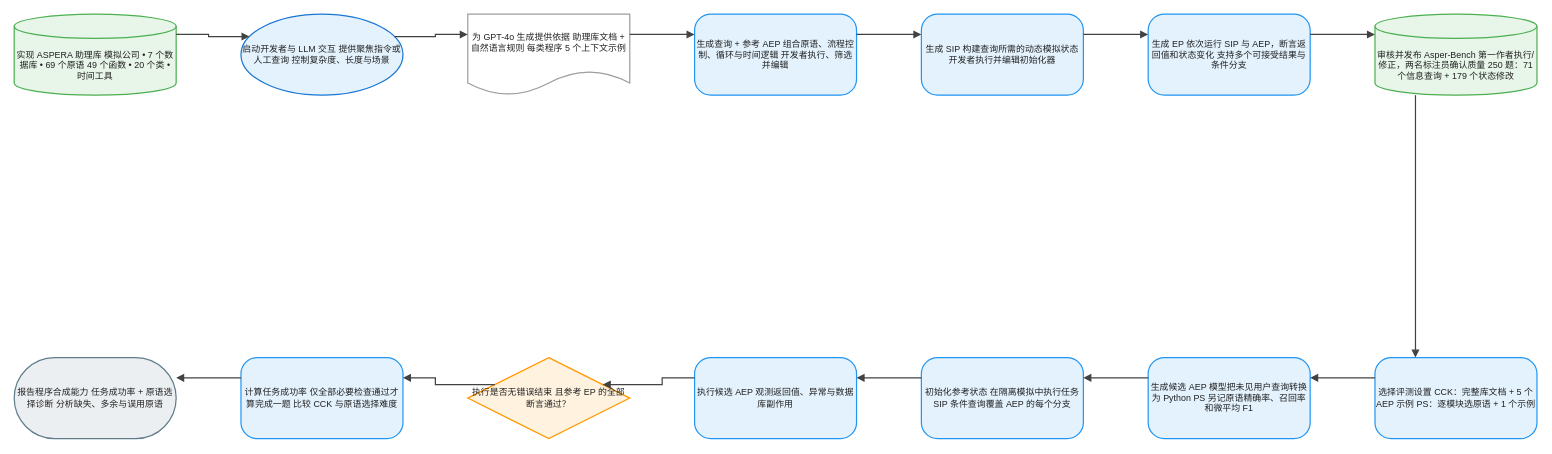
The draw.io diagram client/public/drawio/ASPERA/ASPERA.zh.drawio in joe1chief/benchmark-hub, before the edit. Source tidied: cells renumbered, new cells numbered last; positions are measured from the earlier drawing's top-left corner, leaving out a move shared by most shapes. Both pictures are drawn from the tidied source at 81%, with x=0, y=0 at pixel (14, 14).
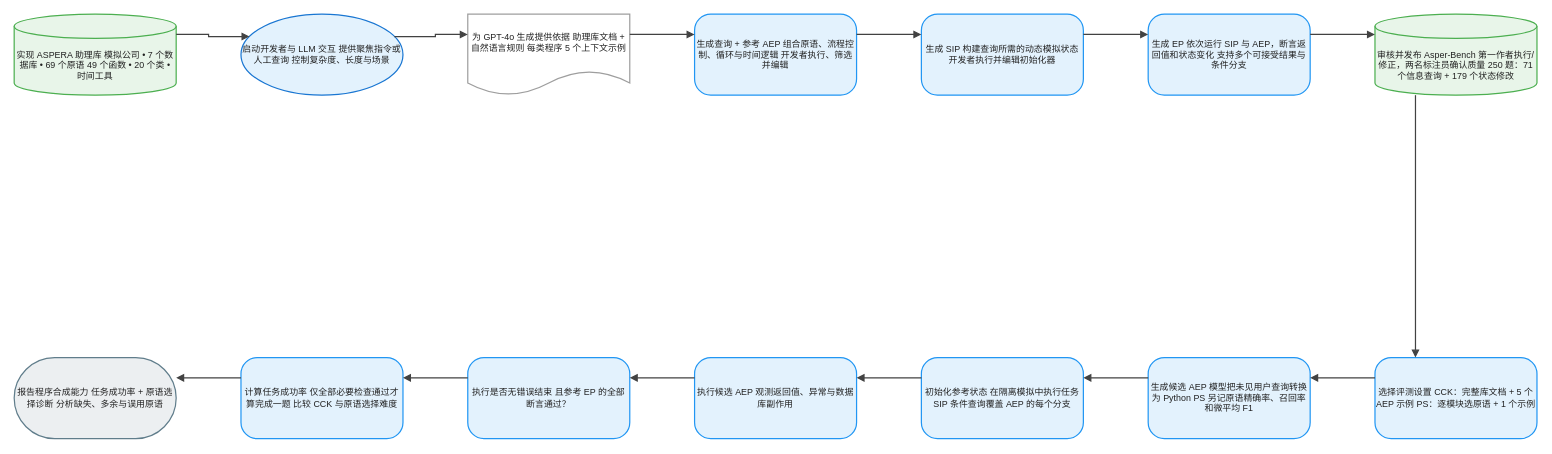
After the change.

What changed in the source:
```diff
@@
-    <mxCell id="13" value="执行是否无错误结束 且参考 EP 的全部断言通过？" style="rhombus;html=1;whiteSpace=wrap;fillColor=#FFF3E0;strokeColor=#FF9800;strokeWidth=1.5;fontColor=#212121;fontSize=11;fontFamily=Arial, Helvetica, sans-serif;verticalAlign=middle;align=center;" parent="1" vertex="1">
+    <mxCell id="13" value="执行是否无错误结束 且参考 EP 的全部断言通过？" style="rounded=1;arcSize=20;html=1;whiteSpace=wrap;fillColor=#E3F2FD;strokeColor=#2196F3;strokeWidth=1.5;fontColor=#212121;fontSize=11;fontFamily=Arial, Helvetica, sans-serif;verticalAlign=middle;align=center;" parent="1" vertex="1">
       <mxGeometry x="560" y="424" width="200" height="100" as="geometry" />
     </mxCell>
```
